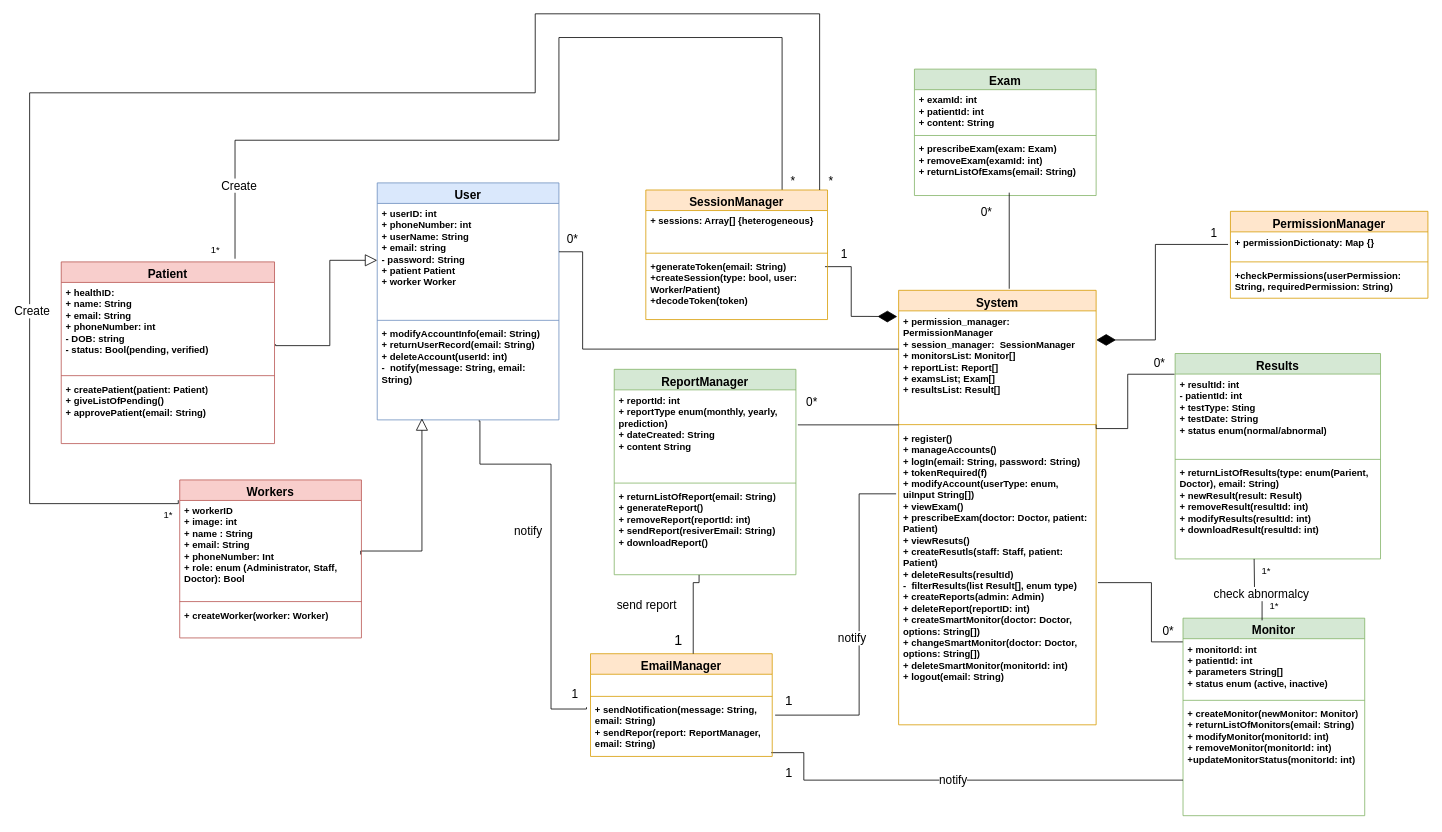
The draw.io diagram Project_Documentation/class_design/3.1 Class Diagram.drawio in IndecentTulip/Online-Health-Monitoring-System, before the edit. Source tidied: cells renumbered, new cells numbered last; positions are measured from the earlier drawing's top-left corner, leaving out a move shared by most shapes. Both pictures are drawn from the tidied source at 79%, with x=0, y=0 at pixel (29, 13).
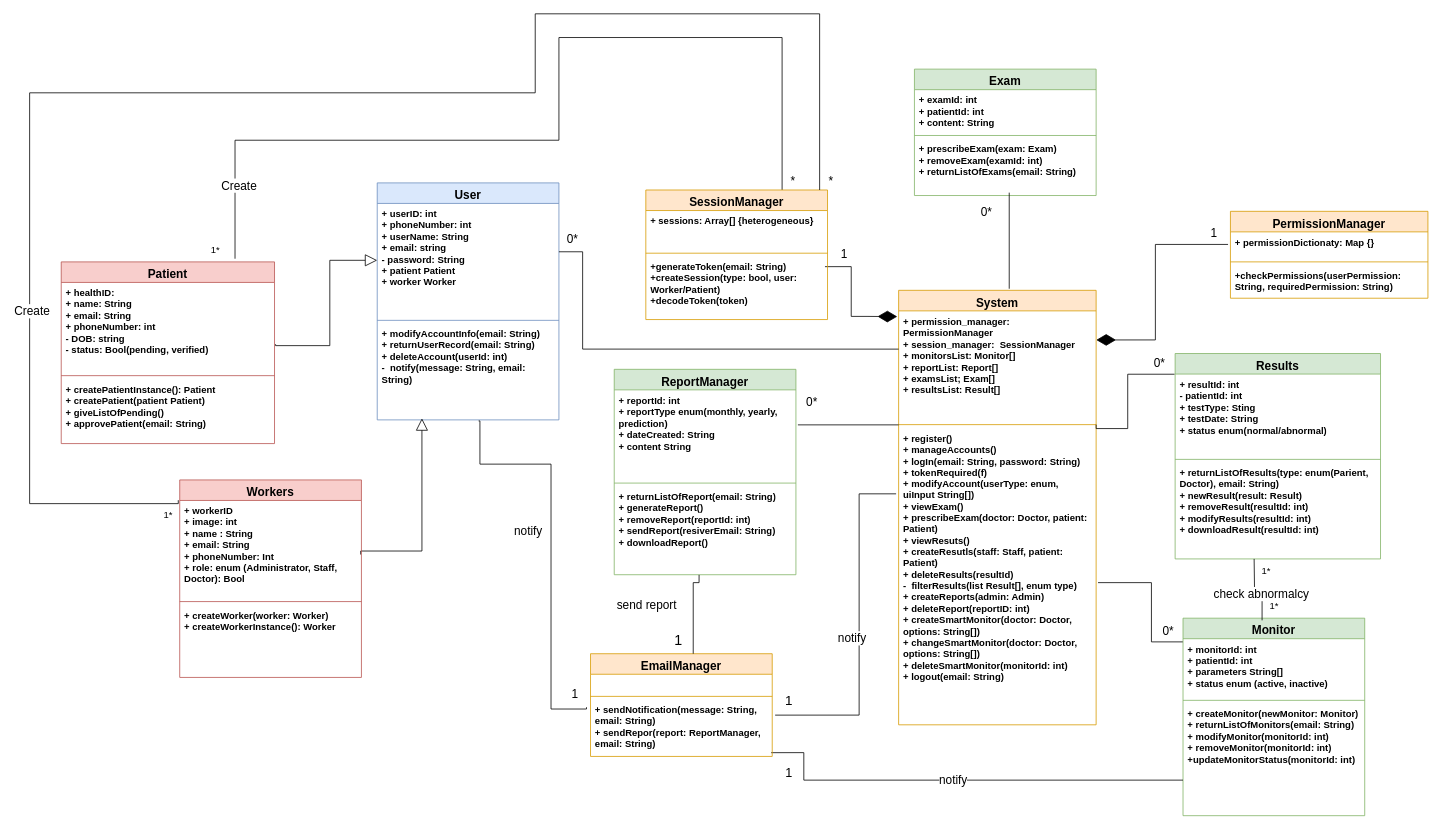
The same page after the edit.

Unchanged cells that the change refers to:
```xml
<mxCell id="7" value="&lt;font style=&quot;font-size: 15px;&quot;&gt;Patient&lt;/font&gt;" style="swimlane;fontStyle=1;align=center;verticalAlign=top;horizontal=1;startSize=26;whiteSpace=wrap;html=1;fillColor=#f8cecc;strokeColor=#b85450;" parent="1" vertex="1">
  <mxGeometry x="40" y="314" width="270" height="230" as="geometry" />
</mxCell>
```

The edit, as a diff of the source:
```diff
@@
-    <mxCell id="10" value="+ createPatient(patient: Patient)&lt;br&gt;+ giveListOfPending()&lt;br&gt;+ approvePatient(email: String)" style="text;strokeColor=none;fillColor=none;align=left;verticalAlign=top;spacingLeft=4;spacingRight=4;overflow=hidden;whiteSpace=wrap;html=1;fontStyle=1;" parent="7" vertex="1">
+    <mxCell id="10" value="+ createPatientInstance(): Patient&lt;br&gt;+ createPatient(patient Patient)&lt;br&gt;+ giveListOfPending()&lt;br&gt;+ approvePatient(email: String)" style="text;strokeColor=none;fillColor=none;align=left;verticalAlign=top;spacingLeft=4;spacingRight=4;overflow=hidden;whiteSpace=wrap;html=1;fontStyle=1;" parent="7" vertex="1">
       <mxGeometry y="148" width="270" height="82" as="geometry" />
     </mxCell>
@@
     <mxCell id="41" value="&lt;font style=&quot;font-size: 15px;&quot;&gt;Workers&lt;/font&gt;" style="swimlane;fontStyle=1;align=center;verticalAlign=top;horizontal=1;startSize=26;whiteSpace=wrap;html=1;fillColor=#f8cecc;strokeColor=#b85450;" parent="1" vertex="1">
-      <mxGeometry x="190" y="590" width="230" height="200" as="geometry" />
+      <mxGeometry x="190" y="590" width="230" height="250" as="geometry" />
     </mxCell>
@@
-    <mxCell id="44" value="+ createWorker(worker: Worker)" style="text;strokeColor=none;fillColor=none;align=left;verticalAlign=top;spacingLeft=4;spacingRight=4;overflow=hidden;whiteSpace=wrap;html=1;fontStyle=1;" parent="41" vertex="1">
-      <mxGeometry y="158" width="230" height="42" as="geometry" />
+    <mxCell id="44" value="+ createWorker(worker: Worker)&lt;br&gt;+ createWorkerInstance(): Worker" style="text;strokeColor=none;fillColor=none;align=left;verticalAlign=top;spacingLeft=4;spacingRight=4;overflow=hidden;whiteSpace=wrap;html=1;fontStyle=1;" parent="41" vertex="1">
+      <mxGeometry y="158" width="230" height="92" as="geometry" />
     </mxCell>
```
